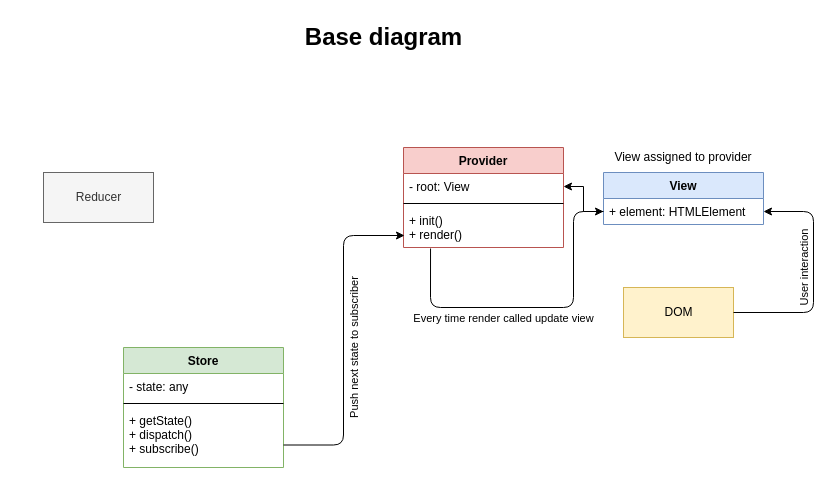
Earlier version of the draw.io diagram Untitled Diagram.drawio (IfasdfgDsdfasdfEadfDFfd/jquery-plugin-range-slider). Source tidied: cells renumbered, new cells numbered last; positions are measured from the earlier drawing's top-left corner, leaving out a move shared by most shapes. Both pictures are drawn from the tidied source at 100%, with x=0, y=0 at pixel (43, 17).
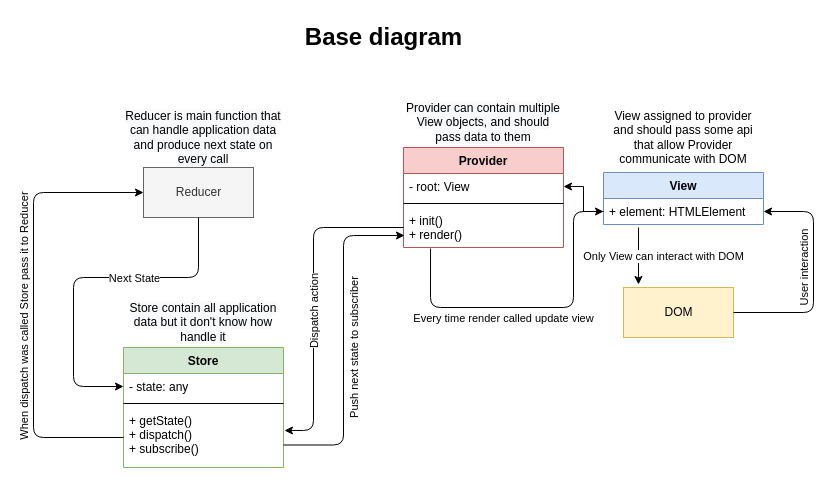
Above is the later version.

Commit message (it also covers changes not shown here):
Range Slider Diagram.drawio

The change refers to these unchanged cells:
```xml
<mxCell id="3" value="- state: any&#10;" style="text;strokeColor=none;fillColor=none;align=left;verticalAlign=top;spacingLeft=4;spacingRight=4;overflow=hidden;points=[[0,0.5],[1,0.5]];portConstraint=eastwest;" parent="2" vertex="1">
  <mxGeometry y="26" width="160" height="26" as="geometry" />
</mxCell>
<mxCell id="5" value="+ getState()&#10;+ dispatch()&#10;+ subscribe()" style="text;strokeColor=none;fillColor=none;align=left;verticalAlign=top;spacingLeft=4;spacingRight=4;overflow=hidden;points=[[0,0.5],[1,0.5]];portConstraint=eastwest;" parent="2" vertex="1">
  <mxGeometry y="60" width="160" height="60" as="geometry" />
</mxCell>
<mxCell id="9" value="+ init()&#10;+ render()" style="text;strokeColor=none;fillColor=none;align=left;verticalAlign=top;spacingLeft=4;spacingRight=4;overflow=hidden;points=[[0,0.5],[1,0.5]];portConstraint=eastwest;" parent="6" vertex="1">
  <mxGeometry y="60" width="160" height="40" as="geometry" />
</mxCell>
<mxCell id="11" value="+ element: HTMLElement" style="text;strokeColor=none;fillColor=none;align=left;verticalAlign=top;spacingLeft=4;spacingRight=4;overflow=hidden;points=[[0,0.5],[1,0.5]];portConstraint=eastwest;" parent="10" vertex="1">
  <mxGeometry y="26" width="160" height="26" as="geometry" />
</mxCell>
<mxCell id="12" value="DOM" style="html=1;fillColor=#fff2cc;strokeColor=#d6b656;" parent="1" vertex="1">
  <mxGeometry x="580" y="270" width="110" height="50" as="geometry" />
</mxCell>
```

Change to the diagram source:
```diff
@@
     <mxCell id="13" value="Reducer" style="html=1;fillColor=#f5f5f5;strokeColor=#666666;fontColor=#333333;" parent="1" vertex="1">
-      <mxGeometry y="155" width="110" height="50" as="geometry" />
+      <mxGeometry x="100" y="150" width="110" height="50" as="geometry" />
     </mxCell>
@@
-    <mxCell id="22" value="View assigned to provider" style="text;html=1;strokeColor=none;fillColor=none;align=center;verticalAlign=middle;whiteSpace=wrap;rounded=0;" parent="1" vertex="1">
-      <mxGeometry x="560" y="130" width="160" height="20" as="geometry" />
+    <mxCell id="22" value="View assigned to provider&lt;br&gt;and should pass some api that allow Provider communicate with DOM" style="text;html=1;strokeColor=none;fillColor=none;align=center;verticalAlign=middle;whiteSpace=wrap;rounded=0;" parent="1" vertex="1">
+      <mxGeometry x="560" y="90" width="160" height="60" as="geometry" />
     </mxCell>
+    <mxCell id="23" style="endArrow=classic;html=1;exitX=0.219;exitY=1.115;exitDx=0;exitDy=0;exitPerimeter=0;entryX=0.136;entryY=-0.06;entryDx=0;entryDy=0;entryPerimeter=0;" parent="1" edge="1" source="11" target="12">
+      <mxGeometry relative="1" as="geometry" />
+    </mxCell>
+    <mxCell id="24" value="Only View can interact with DOM" style="edgeLabel;html=1;align=center;verticalAlign=middle;" parent="23" vertex="1">
+      <mxGeometry relative="1" as="geometry">
+        <mxPoint x="25" as="offset" />
+      </mxGeometry>
+    </mxCell>
+    <mxCell id="25" value="&lt;span style=&quot;color: rgb(0, 0, 0); font-family: helvetica; font-size: 12px; font-style: normal; font-weight: normal; letter-spacing: normal; text-align: center; text-indent: 0px; text-transform: none; word-spacing: 0px; background-color: rgb(248, 249, 250); text-decoration: none; display: inline; float: none;&quot;&gt;Provider can contain multiple View objects, and should pass data to them&lt;/span&gt;" style="text;html=1;strokeColor=none;fillColor=none;align=center;verticalAlign=middle;whiteSpace=wrap;rounded=0;" parent="1" vertex="1">
+      <mxGeometry x="360" y="80" width="160" height="50" as="geometry" />
+    </mxCell>
+    <mxCell id="26" style="endArrow=classic;html=1;exitX=0;exitY=0.5;exitDx=0;exitDy=0;entryX=1.006;entryY=0.383;entryDx=0;entryDy=0;entryPerimeter=0;" parent="1" edge="1" source="9" target="5">
+      <mxGeometry relative="1" as="geometry">
+        <Array as="points">
+          <mxPoint x="270" y="210" />
+          <mxPoint x="270" y="413" />
+        </Array>
+      </mxGeometry>
+    </mxCell>
+    <mxCell id="27" value="Dispatch action" style="edgeLabel;html=1;align=center;verticalAlign=middle;rotation=-90;" parent="26" vertex="1">
+      <mxGeometry relative="1" as="geometry">
+        <mxPoint y="14" as="offset" />
+      </mxGeometry>
+    </mxCell>
+    <mxCell id="28" value="&lt;span style=&quot;color: rgb(0 , 0 , 0) ; font-family: &amp;#34;helvetica&amp;#34; ; font-size: 12px ; font-style: normal ; font-weight: normal ; letter-spacing: normal ; text-align: center ; text-indent: 0px ; text-transform: none ; word-spacing: 0px ; background-color: rgb(248 , 249 , 250) ; text-decoration: none ; display: inline ; float: none&quot;&gt;Store contain all application data but it don't know how handle it&lt;/span&gt;" style="text;html=1;strokeColor=none;fillColor=none;align=center;verticalAlign=middle;whiteSpace=wrap;rounded=0;" parent="1" vertex="1">
+      <mxGeometry x="80" y="280" width="160" height="50" as="geometry" />
+    </mxCell>
+    <mxCell id="29" style="endArrow=classic;html=1;entryX=0;entryY=0.5;entryDx=0;entryDy=0;exitX=0;exitY=0.5;exitDx=0;exitDy=0;" parent="1" edge="1" source="5" target="13">
+      <mxGeometry relative="1" as="geometry">
+        <Array as="points">
+          <mxPoint x="-10" y="420" />
+          <mxPoint x="-10" y="175" />
+        </Array>
+      </mxGeometry>
+    </mxCell>
+    <mxCell id="30" value="When dispatch was called Store pass it to Reducer" style="edgeLabel;html=1;align=center;verticalAlign=middle;rotation=-90;" parent="29" vertex="1">
+      <mxGeometry relative="1" as="geometry">
+        <mxPoint x="-10" y="13" as="offset" />
+      </mxGeometry>
+    </mxCell>
+    <mxCell id="31" value="&lt;span style=&quot;color: rgb(0 , 0 , 0) ; font-family: &amp;#34;helvetica&amp;#34; ; font-size: 12px ; font-style: normal ; font-weight: normal ; letter-spacing: normal ; text-align: center ; text-indent: 0px ; text-transform: none ; word-spacing: 0px ; background-color: rgb(248 , 249 , 250) ; text-decoration: none ; display: inline ; float: none&quot;&gt;Reducer is main function that can handle application data and produce next state on every call&lt;/span&gt;" style="text;html=1;strokeColor=none;fillColor=none;align=center;verticalAlign=middle;whiteSpace=wrap;rounded=0;" parent="1" vertex="1">
+      <mxGeometry x="80" y="95" width="160" height="50" as="geometry" />
+    </mxCell>
+    <mxCell id="32" style="endArrow=classic;html=1;exitX=0.5;exitY=1;exitDx=0;exitDy=0;entryX=0;entryY=0.5;entryDx=0;entryDy=0;" parent="1" edge="1" source="13" target="3">
+      <mxGeometry relative="1" as="geometry">
+        <Array as="points">
+          <mxPoint x="155" y="260" />
+          <mxPoint x="30" y="260" />
+          <mxPoint x="30" y="369" />
+        </Array>
+      </mxGeometry>
+    </mxCell>
+    <mxCell id="33" value="Next State" style="edgeLabel;html=1;align=center;verticalAlign=middle;" parent="32" vertex="1">
+      <mxGeometry relative="1" as="geometry">
+        <mxPoint x="47" as="offset" />
+      </mxGeometry>
+    </mxCell>
```
